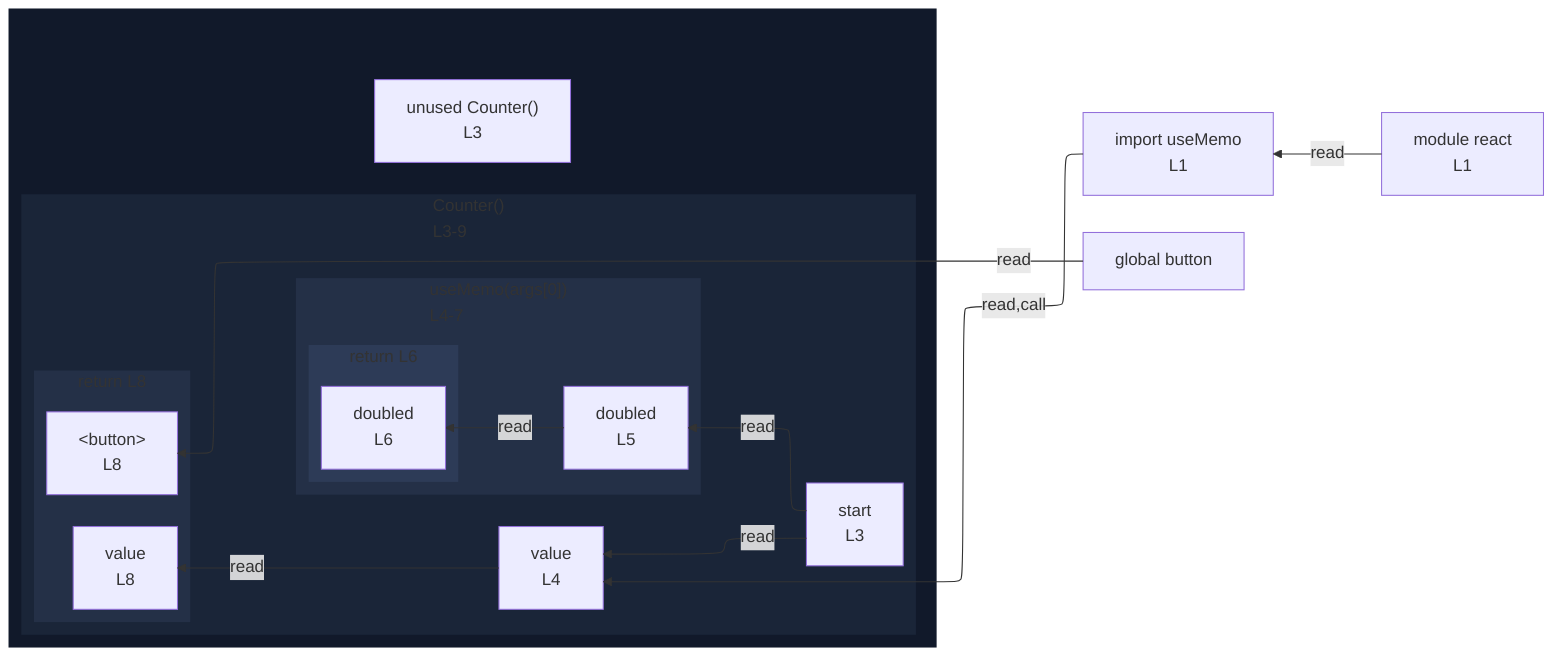
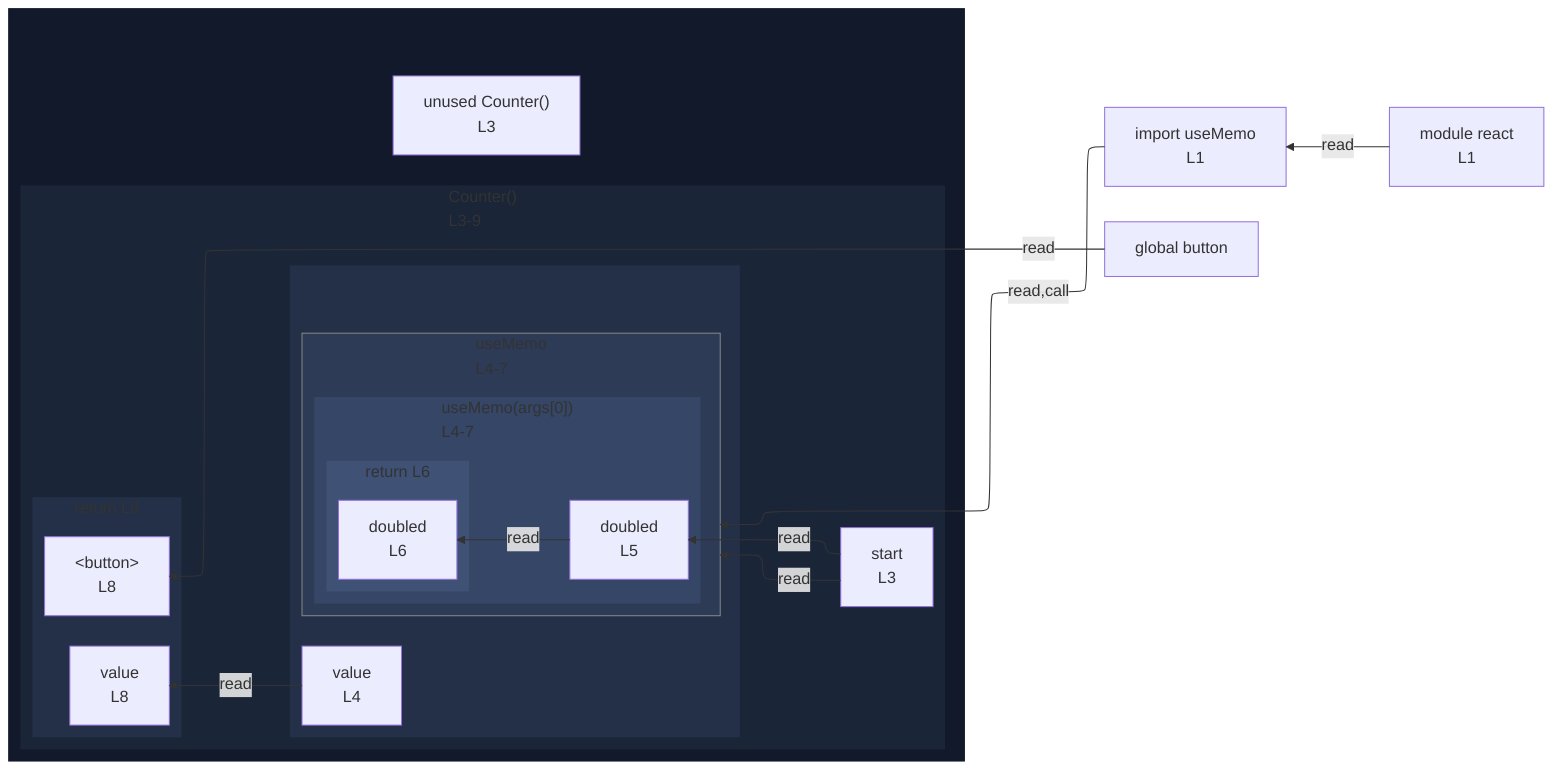
%%{init: {"flowchart": {"defaultRenderer": "elk"}}}%%
flowchart RL
  n_scope_0_useMemo_9["import useMemo<br/>L1"]
  n_scope_0_button_194["global button"]
  subgraph wrap_s_scope_1[" "]
    direction TB
    n_scope_0_Counter_40["unused Counter()<br/>L3"]
    subgraph s_scope_1["Counter()<br/>L3-9"]
      direction RL
      n_scope_1_start_53["start<br/>L3"]
-       n_scope_1_value_94["value<br/>L4"]
-       subgraph s_scope_2["useMemo(args[0])<br/>L4-7"]
-         direction RL
-         n_scope_2_doubled_128["doubled<br/>L5"]
-         subgraph s_return_scope_0_Counter_40_153_168["return L6"]
+       subgraph wrap_call_proxy_ref_2[" "]
+         direction TB
+         n_scope_1_value_94["value<br/>L4"]
+         subgraph call_proxy_ref_2["useMemo<br/>L4-7"]
          direction RL
-           ret_use_ref_5["doubled<br/>L6"]
+           subgraph s_scope_2["useMemo(args[0])<br/>L4-7"]
+             direction RL
+             n_scope_2_doubled_128["doubled<br/>L5"]
+             subgraph s_return_scope_0_Counter_40_153_168["return L6"]
+               direction RL
+               ret_use_ref_5["doubled<br/>L6"]
+             end
+           end
        end
      end
      subgraph s_return_scope_0_Counter_40_186_218["return L8"]
        direction RL
        ret_use_ref_7["&lt;button&gt;<br/>L8"]
        ret_use_ref_8["value<br/>L8"]
      end
    end
  end
-   n_scope_0_useMemo_9 -->|read,call| n_scope_1_value_94
+   n_scope_0_useMemo_9 -->|read,call| call_proxy_ref_2
  n_scope_1_start_53 -->|read| n_scope_2_doubled_128
  n_scope_2_doubled_128 -->|read| ret_use_ref_5
-   n_scope_1_start_53 -->|read| n_scope_1_value_94
+   n_scope_1_start_53 -->|read| call_proxy_ref_2
  n_scope_0_button_194 -->|read| ret_use_ref_7
  n_scope_1_value_94 -->|read| ret_use_ref_8
  mod_react["module react<br/>L1"]
  mod_react -->|read| n_scope_0_useMemo_9
  classDef nestL1 fill:#11192a,stroke:transparent;
  class wrap_s_scope_1 nestL1;
  classDef nestL2 fill:#1a2538,stroke:transparent;
  class s_scope_1 nestL2;
  classDef nestL3 fill:#243047,stroke:transparent;
-   class s_scope_2 nestL3;
+   class wrap_call_proxy_ref_2 nestL3;
  class s_return_scope_0_Counter_40_186_218 nestL3;
  classDef nestL4 fill:#2d3b57,stroke:transparent;
-   class s_return_scope_0_Counter_40_153_168 nestL4;
+   class call_proxy_ref_2 nestL4;
+   classDef nestL5 fill:#364666,stroke:transparent;
+   class s_scope_2 nestL5;
+   classDef nestL6 fill:#3f5175,stroke:transparent;
+   class s_return_scope_0_Counter_40_153_168 nestL6;
+   classDef edgeTargetSubgraph stroke:#888;
+   class call_proxy_ref_2 edgeTargetSubgraph;
